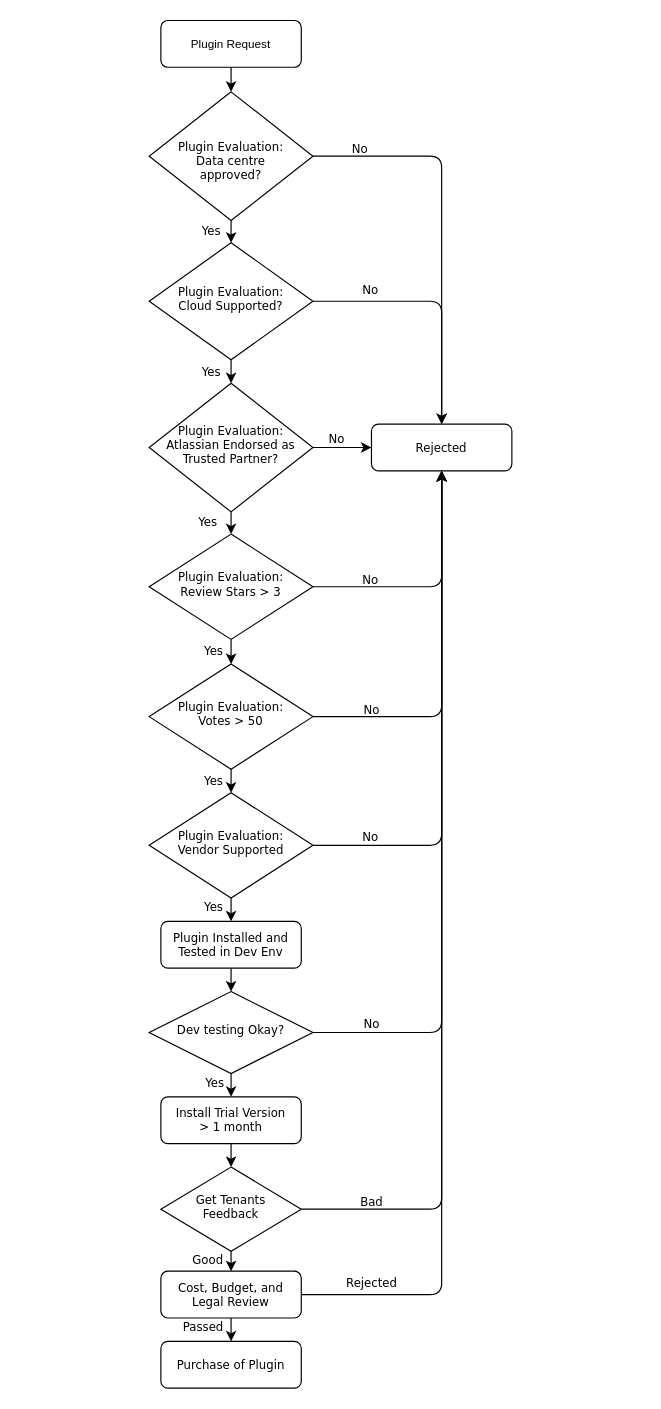
The draw.io diagram page "vertical-layout" (1 of 2) of images/plugin-review-process.drawio in lixinW/ship-hats-docs, before the edit. Source tidied: cells renumbered, new cells numbered last; positions are measured from the earlier drawing's top-left corner, leaving out a move shared by most shapes. Both pictures are drawn from the tidied source at 117%, with x=0, y=0 at pixel (149, 20).
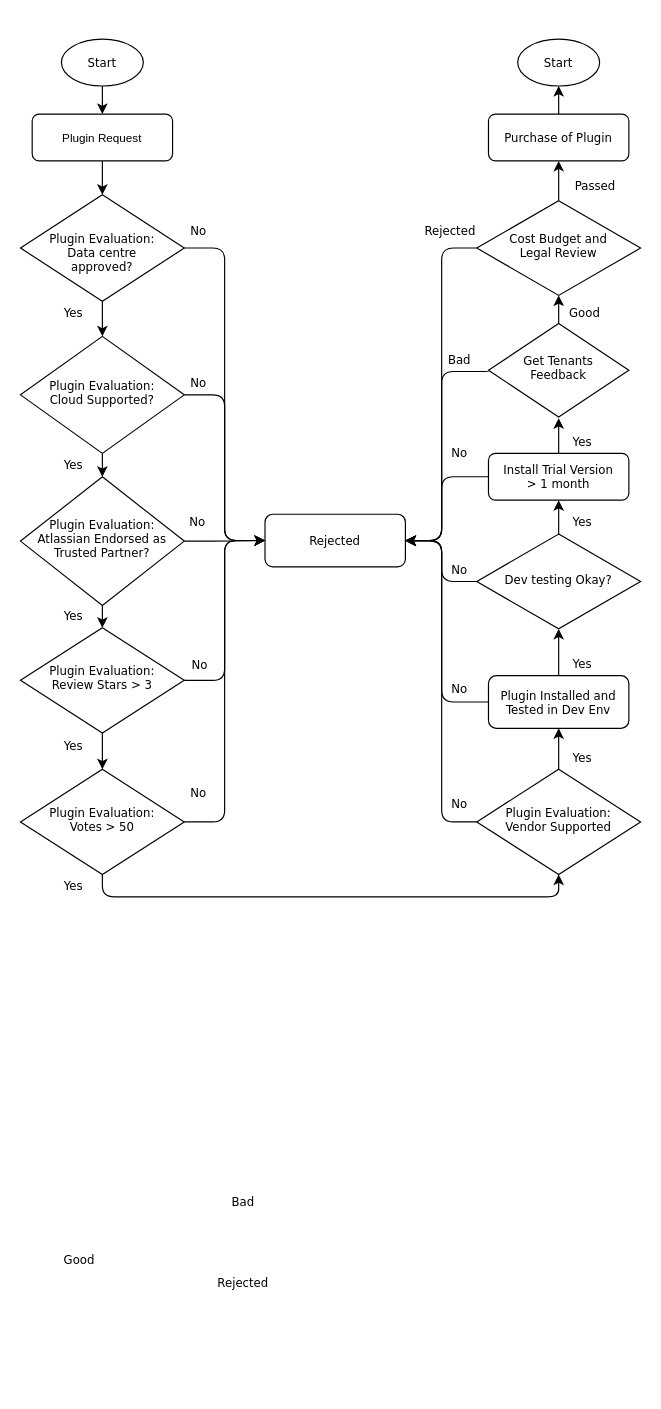
After the change.

Change to the diagram source:
```diff
@@
-    <mxCell id="2" style="edgeStyle=orthogonalEdgeStyle;rounded=1;jettySize=auto;html=1;fontFamily=Verdana;" parent="1" edge="1" source="3" target="6">
+    <mxCell id="2" style="edgeStyle=orthogonalEdgeStyle;rounded=1;jettySize=auto;html=1;fontFamily=Verdana;fontSize=10;" parent="1" edge="1" source="3" target="6">
       <mxGeometry relative="1" as="geometry" />
     </mxCell>
     <mxCell id="3" value="Plugin Request" style="rounded=1;whiteSpace=wrap;html=1;fontSize=10;glass=0;strokeWidth=1;shadow=0;" parent="1" vertex="1">
-      <mxGeometry x="10" width="120" height="40" as="geometry" />
+      <mxGeometry x="-100" y="80" width="120" height="40" as="geometry" />
     </mxCell>
@@
-    <mxCell id="5" style="edgeStyle=orthogonalEdgeStyle;rounded=1;jettySize=auto;html=1;entryX=0.5;entryY=0;entryDx=0;entryDy=0;fontFamily=Verdana;" parent="1" edge="1" source="6" target="9">
+    <mxCell id="5" style="edgeStyle=orthogonalEdgeStyle;rounded=1;jettySize=auto;html=1;entryX=0;entryY=0.5;entryDx=0;entryDy=0;fontFamily=Verdana;" parent="1" edge="1" source="6" target="9">
       <mxGeometry relative="1" as="geometry" />
     </mxCell>
     <mxCell id="6" value="&lt;br style=&quot;font-size: 10px;&quot;&gt;Plugin Evaluation: &lt;br style=&quot;font-size: 10px;&quot;&gt;Data centre &lt;br style=&quot;font-size: 10px;&quot;&gt;approved?" style="rhombus;whiteSpace=wrap;html=1;shadow=0;fontFamily=Verdana;fontSize=10;align=center;strokeWidth=1;spacing=6;spacingTop=-4;" parent="1" vertex="1">
-      <mxGeometry y="61" width="140" height="110" as="geometry" />
+      <mxGeometry x="-110" y="149" width="140" height="91" as="geometry" />
     </mxCell>
-    <mxCell id="7" style="edgeStyle=orthogonalEdgeStyle;rounded=1;jettySize=auto;html=1;entryX=0.5;entryY=0;entryDx=0;entryDy=0;exitX=0.5;exitY=1;exitDx=0;exitDy=0;fontFamily=Verdana;" parent="1" edge="1" source="8" target="32">
-      <mxGeometry relative="1" as="geometry">
-        <Array as="points">
-          <mxPoint x="70" y="970" />
-          <mxPoint x="70" y="970" />
-        </Array>
-      </mxGeometry>
-    </mxCell>
+    <mxCell id="55" style="edgeStyle=orthogonalEdgeStyle;rounded=1;jettySize=auto;html=1;fontFamily=Verdana;fontSize=10;" parent="1" edge="1" source="8">
+      <mxGeometry relative="1" as="geometry">
+        <mxPoint x="350" y="340" as="targetPoint" />
+      </mxGeometry>
+    </mxCell>
+    <mxCell id="56" style="edgeStyle=orthogonalEdgeStyle;rounded=1;jettySize=auto;html=1;fontFamily=Verdana;fontSize=10;entryX=1;entryY=0.5;entryDx=0;entryDy=0;" parent="1" edge="1" source="8" target="9">
+      <mxGeometry relative="1" as="geometry">
+        <Array as="points">
+          <mxPoint x="250" y="390" />
+          <mxPoint x="250" y="445" />
+        </Array>
+      </mxGeometry>
+    </mxCell>
     <mxCell id="8" value="Install Trial Version&lt;br style=&quot;font-size: 10px;&quot;&gt;&amp;gt; 1 month" style="rounded=1;whiteSpace=wrap;html=1;fontSize=10;glass=0;strokeWidth=1;shadow=0;fontFamily=Verdana;" parent="1" vertex="1">
-      <mxGeometry x="10" y="920" width="120" height="40" as="geometry" />
+      <mxGeometry x="290" y="370" width="120" height="40" as="geometry" />
     </mxCell>
     <mxCell id="9" value="Rejected" style="rounded=1;whiteSpace=wrap;html=1;fontSize=10;glass=0;strokeWidth=1;shadow=0;fontFamily=Verdana;" parent="1" vertex="1">
-      <mxGeometry x="190" y="345" width="120" height="40" as="geometry" />
+      <mxGeometry x="99" y="422" width="120" height="45" as="geometry" />
     </mxCell>
@@
-    <mxCell id="11" style="edgeStyle=orthogonalEdgeStyle;rounded=1;jettySize=auto;html=1;entryX=0.5;entryY=0;entryDx=0;entryDy=0;fontFamily=Verdana;" parent="1" edge="1" source="12" target="9">
+    <mxCell id="11" style="edgeStyle=orthogonalEdgeStyle;rounded=1;jettySize=auto;html=1;entryX=0;entryY=0.5;entryDx=0;entryDy=0;fontFamily=Verdana;" parent="1" edge="1" source="12" target="9">
       <mxGeometry relative="1" as="geometry" />
     </mxCell>
     <mxCell id="12" value="Plugin Evaluation: &lt;br style=&quot;font-size: 10px;&quot;&gt;Cloud Supported?" style="rhombus;whiteSpace=wrap;html=1;shadow=0;fontFamily=Verdana;fontSize=10;align=center;strokeWidth=1;spacing=6;spacingTop=-4;" parent="1" vertex="1">
-      <mxGeometry y="190" width="140" height="100" as="geometry" />
+      <mxGeometry x="-110" y="270" width="140" height="100" as="geometry" />
     </mxCell>
@@
     <mxCell id="15" value="Plugin Evaluation: &lt;br style=&quot;font-size: 10px;&quot;&gt;Atlassian Endorsed as Trusted Partner?" style="rhombus;whiteSpace=wrap;html=1;shadow=0;fontFamily=Verdana;fontSize=10;align=center;strokeWidth=1;spacing=6;spacingTop=-4;" parent="1" vertex="1">
-      <mxGeometry y="310" width="140" height="110" as="geometry" />
+      <mxGeometry x="-110" y="390" width="140" height="110" as="geometry" />
     </mxCell>
-    <mxCell id="16" style="edgeStyle=orthogonalEdgeStyle;rounded=1;jettySize=auto;html=1;entryX=0.5;entryY=1;entryDx=0;entryDy=0;fontFamily=Verdana;" parent="1" edge="1" source="18" target="9">
+    <mxCell id="16" style="edgeStyle=orthogonalEdgeStyle;rounded=1;jettySize=auto;html=1;entryX=0;entryY=0.5;entryDx=0;entryDy=0;fontFamily=Verdana;" parent="1" edge="1" source="18" target="9">
       <mxGeometry relative="1" as="geometry" />
     </mxCell>
@@
     <mxCell id="18" value="Plugin Evaluation: &lt;br style=&quot;font-size: 10px;&quot;&gt;Review Stars &amp;gt; 3" style="rhombus;whiteSpace=wrap;html=1;shadow=0;fontFamily=Verdana;fontSize=10;align=center;strokeWidth=1;spacing=6;spacingTop=-4;" parent="1" vertex="1">
-      <mxGeometry y="439" width="140" height="90" as="geometry" />
+      <mxGeometry x="-110" y="519" width="140" height="90" as="geometry" />
     </mxCell>
+    <mxCell id="20" style="edgeStyle=orthogonalEdgeStyle;rounded=1;jettySize=auto;html=1;entryX=0;entryY=0.5;entryDx=0;entryDy=0;fontFamily=Verdana;" parent="1" edge="1" source="21" target="9">
+      <mxGeometry relative="1" as="geometry" />
+    </mxCell>
-    <mxCell id="19" style="edgeStyle=orthogonalEdgeStyle;rounded=1;jettySize=auto;html=1;entryX=0.5;entryY=0;entryDx=0;entryDy=0;fontFamily=Verdana;" parent="1" edge="1" source="21" target="24">
-      <mxGeometry relative="1" as="geometry" />
+    <mxCell id="19" style="edgeStyle=orthogonalEdgeStyle;rounded=1;jettySize=auto;html=1;fontFamily=Verdana;fontSize=10;entryX=0.5;entryY=1;entryDx=0;entryDy=0;" parent="1" edge="1" source="21" target="24">
+      <mxGeometry relative="1" as="geometry">
+        <Array as="points">
+          <mxPoint x="-40" y="749" />
+          <mxPoint x="350" y="749" />
+        </Array>
+      </mxGeometry>
     </mxCell>
-    <mxCell id="20" style="edgeStyle=orthogonalEdgeStyle;rounded=1;jettySize=auto;html=1;entryX=0.5;entryY=1;entryDx=0;entryDy=0;fontFamily=Verdana;" parent="1" edge="1" source="21" target="9">
-      <mxGeometry relative="1" as="geometry" />
-    </mxCell>
     <mxCell id="21" value="Plugin Evaluation: &lt;br style=&quot;font-size: 10px;&quot;&gt;Votes &amp;gt; 50" style="rhombus;whiteSpace=wrap;html=1;shadow=0;fontFamily=Verdana;fontSize=10;align=center;strokeWidth=1;spacing=6;spacingTop=-4;" parent="1" vertex="1">
-      <mxGeometry y="550" width="140" height="90" as="geometry" />
+      <mxGeometry x="-110" y="640" width="140" height="90" as="geometry" />
     </mxCell>
-    <mxCell id="22" style="edgeStyle=orthogonalEdgeStyle;rounded=1;jettySize=auto;html=1;fontFamily=Verdana;" parent="1" edge="1" source="24" target="26">
+    <mxCell id="22" style="edgeStyle=orthogonalEdgeStyle;rounded=1;jettySize=auto;html=1;fontFamily=Verdana;fontSize=10;" parent="1" edge="1" source="24" target="26">
       <mxGeometry relative="1" as="geometry" />
     </mxCell>
-    <mxCell id="23" style="edgeStyle=orthogonalEdgeStyle;rounded=1;jettySize=auto;html=1;entryX=0.5;entryY=1;entryDx=0;entryDy=0;fontFamily=Verdana;" parent="1" edge="1" source="24" target="9">
-      <mxGeometry relative="1" as="geometry" />
+    <mxCell id="23" style="edgeStyle=orthogonalEdgeStyle;rounded=1;jettySize=auto;html=1;fontFamily=Verdana;fontSize=10;exitX=0;exitY=0.5;exitDx=0;exitDy=0;entryX=1;entryY=0.5;entryDx=0;entryDy=0;" parent="1" edge="1" source="24" target="9">
+      <mxGeometry relative="1" as="geometry">
+        <Array as="points">
+          <mxPoint x="250" y="685" />
+          <mxPoint x="250" y="445" />
+        </Array>
+      </mxGeometry>
     </mxCell>
     <mxCell id="24" value="Plugin Evaluation: &lt;br style=&quot;font-size: 10px;&quot;&gt;Vendor Supported" style="rhombus;whiteSpace=wrap;html=1;shadow=0;fontFamily=Verdana;fontSize=10;align=center;strokeWidth=1;spacing=6;spacingTop=-4;" parent="1" vertex="1">
-      <mxGeometry y="660" width="140" height="90" as="geometry" />
+      <mxGeometry x="280" y="640" width="140" height="90" as="geometry" />
     </mxCell>
-    <mxCell id="25" style="edgeStyle=orthogonalEdgeStyle;rounded=1;jettySize=auto;html=1;entryX=0.5;entryY=0;entryDx=0;entryDy=0;fontFamily=Verdana;" parent="1" edge="1" source="26" target="29">
+    <mxCell id="25" style="edgeStyle=orthogonalEdgeStyle;rounded=1;jettySize=auto;html=1;fontFamily=Verdana;fontSize=10;" parent="1" edge="1" source="26" target="29">
       <mxGeometry relative="1" as="geometry" />
     </mxCell>
+    <mxCell id="57" style="edgeStyle=orthogonalEdgeStyle;rounded=1;jettySize=auto;html=1;fontFamily=Verdana;fontSize=10;entryX=1;entryY=0.5;entryDx=0;entryDy=0;" parent="1" edge="1" source="26" target="9">
+      <mxGeometry relative="1" as="geometry">
+        <Array as="points">
+          <mxPoint x="250" y="583" />
+          <mxPoint x="250" y="445" />
+        </Array>
+      </mxGeometry>
+    </mxCell>
     <mxCell id="26" value="Plugin Installed and Tested in Dev Env" style="rounded=1;whiteSpace=wrap;html=1;fontSize=10;glass=0;strokeWidth=1;shadow=0;fontFamily=Verdana;" parent="1" vertex="1">
-      <mxGeometry x="10" y="770" width="120" height="40" as="geometry" />
+      <mxGeometry x="290" y="560" width="120" height="45" as="geometry" />
     </mxCell>
-    <mxCell id="27" style="edgeStyle=orthogonalEdgeStyle;rounded=1;jettySize=auto;html=1;entryX=0.5;entryY=0;entryDx=0;entryDy=0;fontFamily=Verdana;" parent="1" edge="1" source="29" target="8">
-      <mxGeometry relative="1" as="geometry" />
-    </mxCell>
+    <mxCell id="58" style="edgeStyle=orthogonalEdgeStyle;rounded=1;jettySize=auto;html=1;fontFamily=Verdana;fontSize=10;" parent="1" edge="1" source="29">
+      <mxGeometry relative="1" as="geometry">
+        <mxPoint x="350" y="410" as="targetPoint" />
+      </mxGeometry>
+    </mxCell>
-    <mxCell id="28" style="edgeStyle=orthogonalEdgeStyle;rounded=1;jettySize=auto;html=1;entryX=0.5;entryY=1;entryDx=0;entryDy=0;fontFamily=Verdana;" parent="1" edge="1" source="29" target="9">
-      <mxGeometry relative="1" as="geometry" />
+    <mxCell id="28" style="edgeStyle=orthogonalEdgeStyle;rounded=1;jettySize=auto;html=1;fontFamily=Verdana;fontSize=10;" parent="1" edge="1" source="29" target="9">
+      <mxGeometry relative="1" as="geometry">
+        <Array as="points">
+          <mxPoint x="250" y="480" />
+          <mxPoint x="250" y="445" />
+        </Array>
+      </mxGeometry>
     </mxCell>
     <mxCell id="29" value="Dev testing Okay?" style="rhombus;whiteSpace=wrap;html=1;shadow=0;fontFamily=Verdana;fontSize=10;align=center;strokeWidth=1;spacing=6;spacingTop=-4;" parent="1" vertex="1">
-      <mxGeometry y="830" width="140" height="70" as="geometry" />
+      <mxGeometry x="280" y="439" width="140" height="81" as="geometry" />
     </mxCell>
-    <mxCell id="30" style="edgeStyle=orthogonalEdgeStyle;rounded=1;jettySize=auto;html=1;entryX=0.5;entryY=0;entryDx=0;entryDy=0;fontFamily=Verdana;" parent="1" edge="1" source="32" target="36">
-      <mxGeometry relative="1" as="geometry" />
-    </mxCell>
+    <mxCell id="59" style="edgeStyle=orthogonalEdgeStyle;rounded=1;jettySize=auto;html=1;fontFamily=Verdana;fontSize=10;entryX=0.5;entryY=1;entryDx=0;entryDy=0;" parent="1" edge="1" source="32" target="69">
+      <mxGeometry relative="1" as="geometry" />
+    </mxCell>
-    <mxCell id="31" style="edgeStyle=orthogonalEdgeStyle;rounded=1;jettySize=auto;html=1;entryX=0.5;entryY=1;entryDx=0;entryDy=0;fontFamily=Verdana;" parent="1" edge="1" source="32" target="9">
-      <mxGeometry relative="1" as="geometry" />
+    <mxCell id="31" style="edgeStyle=orthogonalEdgeStyle;rounded=1;jettySize=auto;html=1;fontFamily=Verdana;fontSize=10;entryX=1;entryY=0.5;entryDx=0;entryDy=0;exitX=0;exitY=0.5;exitDx=0;exitDy=0;" parent="1" edge="1" source="32" target="9">
+      <mxGeometry relative="1" as="geometry">
+        <Array as="points">
+          <mxPoint x="250" y="300" />
+          <mxPoint x="250" y="445" />
+        </Array>
+      </mxGeometry>
     </mxCell>
     <mxCell id="32" value="Get Tenants Feedback" style="rhombus;whiteSpace=wrap;html=1;shadow=0;fontFamily=Verdana;fontSize=10;align=center;strokeWidth=1;spacing=6;spacingTop=-4;" parent="1" vertex="1">
-      <mxGeometry x="10" y="980" width="120" height="72" as="geometry" />
+      <mxGeometry x="290" y="259" width="120" height="80" as="geometry" />
     </mxCell>
-    <mxCell id="33" style="edgeStyle=orthogonalEdgeStyle;rounded=1;jettySize=auto;html=1;fontFamily=Verdana;" parent="1" edge="1" source="36" target="37">
+    <mxCell id="33" style="edgeStyle=orthogonalEdgeStyle;rounded=1;jettySize=auto;html=1;fontFamily=Verdana;exitX=0.5;exitY=0;exitDx=0;exitDy=0;" parent="1" edge="1" source="69" target="37">
       <mxGeometry relative="1" as="geometry" />
     </mxCell>
     <mxCell id="34" value="&lt;font style=&quot;font-size: 10px&quot;&gt;Passed&lt;/font&gt;" style="edgeLabel;html=1;align=center;verticalAlign=middle;fontFamily=Verdana;" parent="33" vertex="1">
       <mxGeometry x="0.57" y="1" relative="1" as="geometry">
-        <mxPoint x="-26" as="offset" />
+        <mxPoint x="31" y="10" as="offset" />
       </mxGeometry>
     </mxCell>
-    <mxCell id="35" style="edgeStyle=orthogonalEdgeStyle;rounded=1;jettySize=auto;html=1;entryX=0.5;entryY=1;entryDx=0;entryDy=0;fontFamily=Verdana;" parent="1" edge="1" source="36" target="9">
-      <mxGeometry relative="1" as="geometry" />
-    </mxCell>
-    <mxCell id="36" value="Cost, Budget, and Legal Review" style="rounded=1;whiteSpace=wrap;html=1;fontSize=10;glass=0;strokeWidth=1;shadow=0;fontFamily=Verdana;" parent="1" vertex="1">
-      <mxGeometry x="10" y="1069" width="120" height="40" as="geometry" />
-    </mxCell>
+    <mxCell id="60" style="edgeStyle=orthogonalEdgeStyle;rounded=1;jettySize=auto;html=1;fontFamily=Verdana;fontSize=10;" parent="1" edge="1" source="37" target="63">
+      <mxGeometry relative="1" as="geometry" />
+    </mxCell>
     <mxCell id="37" value="Purchase of Plugin" style="rounded=1;whiteSpace=wrap;html=1;fontSize=10;glass=0;strokeWidth=1;shadow=0;fontFamily=Verdana;" parent="1" vertex="1">
-      <mxGeometry x="10" y="1129" width="120" height="40" as="geometry" />
+      <mxGeometry x="290" y="80" width="120" height="40" as="geometry" />
     </mxCell>
     <mxCell id="38" value="Rejected" style="text;html=1;align=center;verticalAlign=middle;strokeColor=none;fillColor=none;fontSize=10;fontFamily=Verdana;" parent="1" vertex="1">
-      <mxGeometry x="160" y="1069" width="60" height="20" as="geometry" />
+      <mxGeometry x="50" y="1069" width="60" height="20" as="geometry" />
     </mxCell>
     <mxCell id="39" value="Good" style="text;html=1;align=center;verticalAlign=middle;strokeColor=none;fillColor=none;fontSize=10;fontFamily=Verdana;" parent="1" vertex="1">
-      <mxGeometry x="30" y="1049" width="40" height="20" as="geometry" />
+      <mxGeometry x="-80" y="1049" width="40" height="20" as="geometry" />
     </mxCell>
     <mxCell id="40" value="Bad" style="text;html=1;align=center;verticalAlign=middle;strokeColor=none;fillColor=none;fontSize=10;fontFamily=Verdana;" parent="1" vertex="1">
-      <mxGeometry x="175" y="1000" width="30" height="20" as="geometry" />
+      <mxGeometry x="65" y="1000" width="30" height="20" as="geometry" />
     </mxCell>
-    <mxCell id="41" value="No" style="text;html=1;align=center;verticalAlign=middle;strokeColor=none;fillColor=none;fontSize=10;fontFamily=Verdana;" parent="1" vertex="1">
-      <mxGeometry x="175" y="848" width="30" height="20" as="geometry" />
-    </mxCell>
     <mxCell id="42" value="Yes" style="text;html=1;align=center;verticalAlign=middle;strokeColor=none;fillColor=none;fontSize=10;fontFamily=Verdana;" parent="1" vertex="1">
-      <mxGeometry x="41" y="898" width="30" height="20" as="geometry" />
+      <mxGeometry x="355" y="620" width="30" height="20" as="geometry" />
     </mxCell>
     <mxCell id="43" value="Yes" style="text;html=1;align=center;verticalAlign=middle;strokeColor=none;fillColor=none;fontSize=10;fontFamily=Verdana;" parent="1" vertex="1">
-      <mxGeometry x="40" y="748" width="30" height="20" as="geometry" />
+      <mxGeometry x="-80" y="730" width="30" height="20" as="geometry" />
     </mxCell>
     <mxCell id="44" value="No" style="text;html=1;align=center;verticalAlign=middle;strokeColor=none;fillColor=none;fontSize=10;fontFamily=Verdana;" parent="1" vertex="1">
-      <mxGeometry x="174" y="688" width="30" height="20" as="geometry" />
+      <mxGeometry x="27" y="649.5" width="30" height="20" as="geometry" />
     </mxCell>
     <mxCell id="45" value="Yes" style="text;html=1;align=center;verticalAlign=middle;strokeColor=none;fillColor=none;fontSize=10;fontFamily=Verdana;" parent="1" vertex="1">
-      <mxGeometry x="40" y="640" width="30" height="20" as="geometry" />
+      <mxGeometry x="-80" y="610" width="30" height="20" as="geometry" />
     </mxCell>
     <mxCell id="46" value="Yes" style="text;html=1;align=center;verticalAlign=middle;strokeColor=none;fillColor=none;fontSize=10;fontFamily=Verdana;" parent="1" vertex="1">
-      <mxGeometry x="40" y="529" width="30" height="20" as="geometry" />
+      <mxGeometry x="-80" y="499" width="30" height="20" as="geometry" />
     </mxCell>
     <mxCell id="47" value="No" style="text;html=1;align=center;verticalAlign=middle;strokeColor=none;fillColor=none;fontSize=10;fontFamily=Verdana;" parent="1" vertex="1">
-      <mxGeometry x="175" y="579" width="30" height="20" as="geometry" />
+      <mxGeometry x="28" y="540.5" width="30" height="20" as="geometry" />
     </mxCell>
     <mxCell id="48" value="No" style="text;html=1;align=center;verticalAlign=middle;strokeColor=none;fillColor=none;fontSize=10;fontFamily=Verdana;" parent="1" vertex="1">
-      <mxGeometry x="174" y="468" width="30" height="20" as="geometry" />
+      <mxGeometry x="26" y="419" width="30" height="20" as="geometry" />
     </mxCell>
     <mxCell id="49" value="Yes" style="text;html=1;align=center;verticalAlign=middle;strokeColor=none;fillColor=none;fontSize=10;fontFamily=Verdana;" parent="1" vertex="1">
-      <mxGeometry x="35" y="419" width="30" height="20" as="geometry" />
+      <mxGeometry x="-80" y="370" width="30" height="20" as="geometry" />
     </mxCell>
     <mxCell id="50" value="No" style="text;html=1;align=center;verticalAlign=middle;strokeColor=none;fillColor=none;fontSize=10;fontFamily=Verdana;" parent="1" vertex="1">
-      <mxGeometry x="145" y="348" width="30" height="20" as="geometry" />
+      <mxGeometry x="27" y="300" width="30" height="20" as="geometry" />
     </mxCell>
     <mxCell id="51" value="No" style="text;html=1;align=center;verticalAlign=middle;strokeColor=none;fillColor=none;fontSize=10;fontFamily=Verdana;" parent="1" vertex="1">
-      <mxGeometry x="174" y="220" width="30" height="20" as="geometry" />
+      <mxGeometry x="27" y="170" width="30" height="20" as="geometry" />
     </mxCell>
     <mxCell id="52" value="Yes" style="text;html=1;align=center;verticalAlign=middle;strokeColor=none;fillColor=none;fontSize=10;fontFamily=Verdana;" parent="1" vertex="1">
-      <mxGeometry x="38" y="290" width="30" height="20" as="geometry" />
+      <mxGeometry x="-80" y="240" width="30" height="20" as="geometry" />
     </mxCell>
-    <mxCell id="53" value="Yes" style="text;html=1;align=center;verticalAlign=middle;strokeColor=none;fillColor=none;fontSize=10;fontFamily=Verdana;" parent="1" vertex="1">
-      <mxGeometry x="38" y="170" width="30" height="20" as="geometry" />
-    </mxCell>
     <mxCell id="54" value="No" style="text;html=1;align=center;verticalAlign=middle;strokeColor=none;fillColor=none;fontSize=10;fontFamily=Verdana;" parent="1" vertex="1">
-      <mxGeometry x="165" y="100" width="30" height="20" as="geometry" />
+      <mxGeometry x="250" y="660" width="30" height="20" as="geometry" />
     </mxCell>
+    <mxCell id="61" style="edgeStyle=orthogonalEdgeStyle;rounded=1;jettySize=auto;html=1;fontFamily=Verdana;fontSize=10;" parent="1" edge="1" source="62">
+      <mxGeometry relative="1" as="geometry">
+        <mxPoint x="-40" y="80" as="targetPoint" />
+      </mxGeometry>
+    </mxCell>
+    <mxCell id="62" value="Start" style="ellipse;whiteSpace=wrap;html=1;fontFamily=Verdana;fontSize=10;" parent="1" vertex="1">
+      <mxGeometry x="-75" y="16" width="70" height="40" as="geometry" />
+    </mxCell>
+    <mxCell id="63" value="Start" style="ellipse;whiteSpace=wrap;html=1;fontFamily=Verdana;fontSize=10;" parent="1" vertex="1">
+      <mxGeometry x="315" y="16" width="70" height="40" as="geometry" />
+    </mxCell>
+    <mxCell id="64" value="No" style="text;html=1;align=center;verticalAlign=middle;strokeColor=none;fillColor=none;fontSize=10;fontFamily=Verdana;" parent="1" vertex="1">
+      <mxGeometry x="250" y="560.5" width="30" height="20" as="geometry" />
+    </mxCell>
+    <mxCell id="65" value="No" style="text;html=1;align=center;verticalAlign=middle;strokeColor=none;fillColor=none;fontSize=10;fontFamily=Verdana;" parent="1" vertex="1">
+      <mxGeometry x="250" y="460" width="30" height="20" as="geometry" />
+    </mxCell>
+    <mxCell id="66" value="No" style="text;html=1;align=center;verticalAlign=middle;strokeColor=none;fillColor=none;fontSize=10;fontFamily=Verdana;" parent="1" vertex="1">
+      <mxGeometry x="250" y="360" width="30" height="20" as="geometry" />
+    </mxCell>
+    <mxCell id="67" value="Bad" style="text;html=1;align=center;verticalAlign=middle;strokeColor=none;fillColor=none;fontSize=10;fontFamily=Verdana;" parent="1" vertex="1">
+      <mxGeometry x="250" y="280" width="30" height="20" as="geometry" />
+    </mxCell>
+    <mxCell id="68" style="edgeStyle=orthogonalEdgeStyle;rounded=1;jettySize=auto;html=1;fontFamily=Verdana;fontSize=10;entryX=1;entryY=0.5;entryDx=0;entryDy=0;" parent="1" edge="1" source="69" target="9">
+      <mxGeometry relative="1" as="geometry">
+        <Array as="points">
+          <mxPoint x="250" y="195" />
+          <mxPoint x="250" y="445" />
+        </Array>
+      </mxGeometry>
+    </mxCell>
+    <mxCell id="69" value="Cost Budget and &lt;br&gt;Legal Review" style="rhombus;whiteSpace=wrap;html=1;shadow=0;fontFamily=Verdana;fontSize=10;align=center;strokeWidth=1;spacing=6;spacingTop=-4;" parent="1" vertex="1">
+      <mxGeometry x="280" y="154" width="140" height="81" as="geometry" />
+    </mxCell>
+    <mxCell id="70" value="&lt;span style=&quot;font-size: 10px;&quot;&gt;Rejected&lt;/span&gt;" style="edgeLabel;html=1;align=center;verticalAlign=middle;fontFamily=Verdana;" parent="1" vertex="1">
+      <mxGeometry x="320" y="140" as="geometry">
+        <mxPoint x="-64" y="39" as="offset" />
+      </mxGeometry>
+    </mxCell>
+    <mxCell id="71" value="&lt;font style=&quot;font-size: 10px&quot;&gt;Good&lt;/font&gt;" style="edgeLabel;html=1;align=center;verticalAlign=middle;fontFamily=Verdana;" parent="1" vertex="1">
+      <mxGeometry x="370" y="250" as="geometry">
+        <mxPoint x="1" y="-1" as="offset" />
+      </mxGeometry>
+    </mxCell>
+    <mxCell id="72" value="Yes" style="text;html=1;align=center;verticalAlign=middle;strokeColor=none;fillColor=none;fontSize=10;fontFamily=Verdana;" parent="1" vertex="1">
+      <mxGeometry x="355" y="540" width="30" height="20" as="geometry" />
+    </mxCell>
+    <mxCell id="73" value="Yes" style="text;html=1;align=center;verticalAlign=middle;strokeColor=none;fillColor=none;fontSize=10;fontFamily=Verdana;" parent="1" vertex="1">
+      <mxGeometry x="355" y="419" width="30" height="20" as="geometry" />
+    </mxCell>
+    <mxCell id="74" value="Yes" style="text;html=1;align=center;verticalAlign=middle;strokeColor=none;fillColor=none;fontSize=10;fontFamily=Verdana;" parent="1" vertex="1">
+      <mxGeometry x="355" y="350" width="30" height="20" as="geometry" />
+    </mxCell>
```
